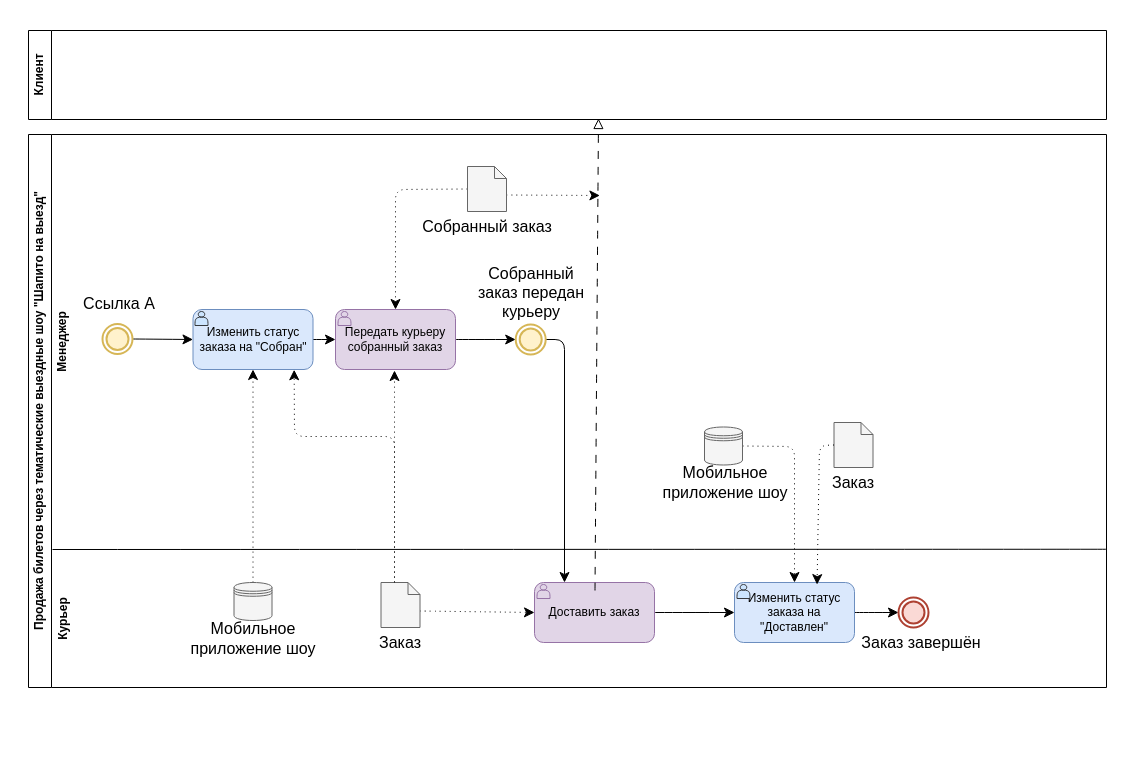
Above: page "Page-2" (2 of 3) of Pbd1.drawio in Helpmepleaseitishard/database-design-4-semester (draw.io), before the change. Source tidied: cells renumbered, new cells numbered last; positions are measured from the earlier drawing's top-left corner, leaving out a move shared by most shapes. Both pictures are drawn from the tidied source at 100%, with x=0, y=0 at pixel (-145, 30).
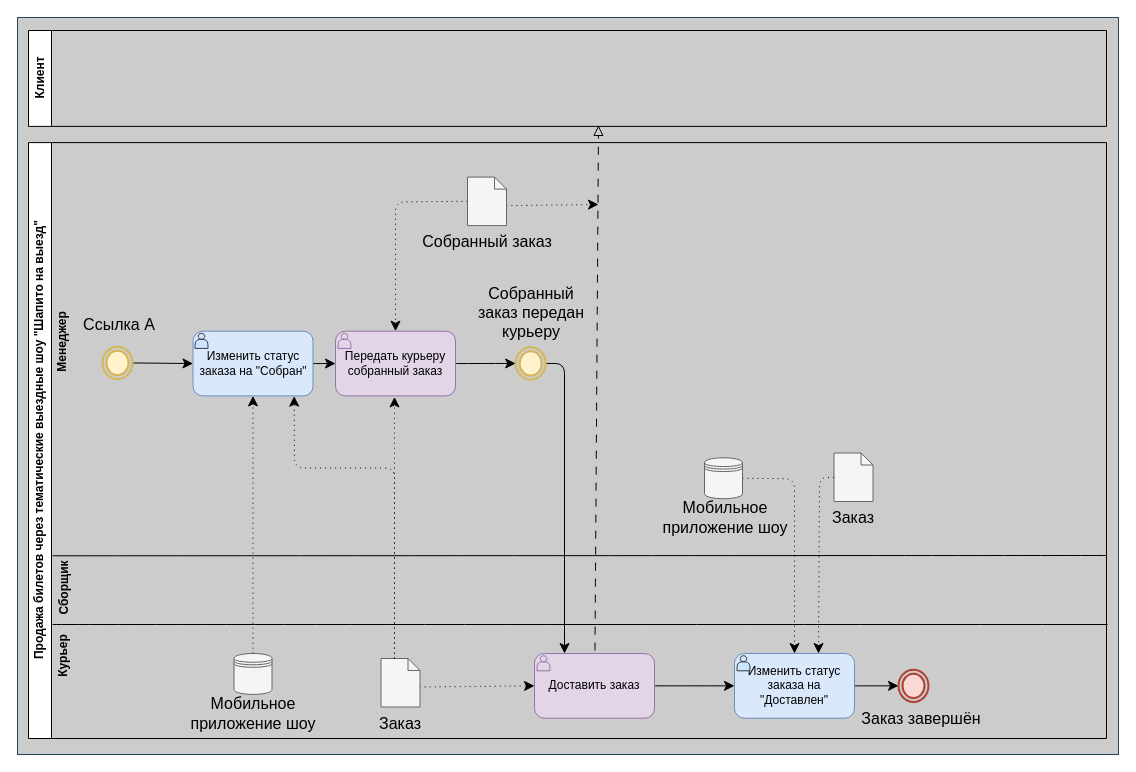
Above is the later version.

Change to the diagram source:
```diff
@@
+    <mxCell id="47" style="rounded=0;whiteSpace=wrap;html=1;fillColor=#CCCCCC;strokeColor=#23445d;" parent="1" vertex="1">
+      <mxGeometry x="162" y="-13" width="1101" height="737" as="geometry" />
+    </mxCell>
     <mxCell id="2" value="&lt;b&gt;Курьер&lt;/b&gt;" style="text;html=1;align=center;verticalAlign=middle;whiteSpace=wrap;rounded=0;rotation=-90;" parent="1" vertex="1">
-      <mxGeometry x="138" y="577" width="138" height="23" as="geometry" />
+      <mxGeometry x="175" y="614" width="64" height="23" as="geometry" />
     </mxCell>
@@
-    <mxCell id="4" style="group;" parent="1" vertex="1">
-      <mxGeometry x="173" width="1078" height="657" as="geometry" />
+    <mxCell id="4" style="group;labelBackgroundColor=#D5E8D4;" parent="1" vertex="1">
+      <mxGeometry x="173" width="1078" height="708" as="geometry" />
     </mxCell>
-    <mxCell id="5" value="Продажа билетов через тематические выездные шоу &quot;Шапито на выезд&quot;" style="swimlane;horizontal=0;whiteSpace=wrap;html=1;" parent="4" vertex="1">
-      <mxGeometry y="104" width="1078" height="553" as="geometry" />
+    <mxCell id="5" value="Продажа билетов через тематические выездные шоу &quot;Шапито на выезд&quot;" style="swimlane;horizontal=0;whiteSpace=wrap;html=1;labelBackgroundColor=default;" parent="4" vertex="1">
+      <mxGeometry y="112.1" width="1078" height="595.9" as="geometry" />
     </mxCell>
-    <mxCell id="6" style="endArrow=none;html=1;rounded=0;fontSize=12;startSize=8;endSize=8;curved=1;exitX=1;exitY=0.75;exitDx=0;exitDy=0;" parent="5" edge="1" source="5">
+    <mxCell id="6" style="endArrow=none;html=1;rounded=0;fontSize=12;startSize=8;endSize=8;curved=1;exitX=1;exitY=0.75;exitDx=0;exitDy=0;" parent="5" edge="1">
       <mxGeometry relative="1" as="geometry">
-        <mxPoint x="24" y="415" as="targetPoint" />
+        <mxPoint x="1078" y="412.9" as="sourcePoint" />
+        <mxPoint x="24" y="413.2" as="targetPoint" />
       </mxGeometry>
     </mxCell>
@@
     <mxCell id="8" value="Изменить статус заказа на &quot;Собран&quot;" style="rounded=1;whiteSpace=wrap;html=1;fillColor=#dae8fc;strokeColor=#6c8ebf;" parent="5" vertex="1">
-      <mxGeometry x="164.5" y="175" width="120" height="60" as="geometry" />
+      <mxGeometry x="164.5" y="188.6" width="120" height="64.7" as="geometry" />
     </mxCell>
@@
     <mxCell id="10" value="Передать курьеру собранный заказ" style="rounded=1;whiteSpace=wrap;html=1;fillColor=#e1d5e7;strokeColor=#9673a6;" parent="5" vertex="1">
-      <mxGeometry x="307" y="175" width="120" height="60" as="geometry" />
+      <mxGeometry x="307" y="188.6" width="120" height="64.7" as="geometry" />
     </mxCell>
     <mxCell id="11" style="shape=actor;whiteSpace=wrap;html=1;fillColor=#cce5ff;strokeColor=#36393d;" parent="5" vertex="1">
-      <mxGeometry x="166.5" y="177" width="13" height="14" as="geometry" />
+      <mxGeometry x="166.5" y="190.7" width="13" height="15.1" as="geometry" />
     </mxCell>
     <mxCell id="12" style="shape=actor;whiteSpace=wrap;html=1;fillColor=#e1d5e7;strokeColor=#9673a6;" parent="5" vertex="1">
-      <mxGeometry x="309.5" y="177" width="13" height="14" as="geometry" />
+      <mxGeometry x="309.5" y="190.7" width="13" height="15.1" as="geometry" />
     </mxCell>
@@
     <mxCell id="14" value="Доставить заказ" style="rounded=1;whiteSpace=wrap;html=1;fillColor=#e1d5e7;strokeColor=#9673a6;" parent="5" vertex="1">
-      <mxGeometry x="506" y="448" width="120" height="60" as="geometry" />
+      <mxGeometry x="506" y="510.9" width="120" height="64.7" as="geometry" />
     </mxCell>
     <mxCell id="15" style="shape=actor;whiteSpace=wrap;html=1;fillColor=#e1d5e7;strokeColor=#9673a6;" parent="5" vertex="1">
-      <mxGeometry x="508.5" y="450" width="13" height="14" as="geometry" />
+      <mxGeometry x="508.5" y="513.1" width="13" height="15.1" as="geometry" />
     </mxCell>
@@
     <mxCell id="17" value="Изменить статус заказа на &quot;Доставлен&quot;" style="rounded=1;whiteSpace=wrap;html=1;fillColor=#dae8fc;strokeColor=#6c8ebf;" parent="5" vertex="1">
-      <mxGeometry x="706" y="448" width="120" height="60" as="geometry" />
+      <mxGeometry x="706" y="510.9" width="120" height="64.7" as="geometry" />
     </mxCell>
     <mxCell id="18" style="shape=actor;whiteSpace=wrap;html=1;fillColor=#cce5ff;strokeColor=#36393d;" parent="5" vertex="1">
-      <mxGeometry x="708.5" y="450" width="13" height="14" as="geometry" />
+      <mxGeometry x="708.5" y="513.1" width="13" height="15.1" as="geometry" />
     </mxCell>
     <mxCell id="19" style="ellipse;html=1;shape=endState;fillColor=#fad9d5;strokeColor=#ae4132;strokeWidth=2;perimeterSpacing=0;labelBorderColor=none;labelBackgroundColor=none;fillStyle=auto;" parent="5" vertex="1">
-      <mxGeometry x="870" y="463" width="30" height="30" as="geometry" />
+      <mxGeometry x="870" y="527.1" width="30" height="32.3" as="geometry" />
     </mxCell>
@@
     <mxCell id="21" style="ellipse;html=1;shape=endState;fillColor=#fff2cc;strokeColor=#d6b656;strokeWidth=2;perimeterSpacing=0;labelBorderColor=none;labelBackgroundColor=none;fillStyle=auto;" parent="5" vertex="1">
-      <mxGeometry x="74" y="189.5" width="30" height="30" as="geometry" />
+      <mxGeometry x="74" y="204.2" width="30" height="32.3" as="geometry" />
     </mxCell>
     <mxCell id="22" style="edgeStyle=none;curved=1;rounded=0;jettySize=auto;html=1;exitX=0;exitY=0;exitDx=13.5;exitDy=0;exitPerimeter=0;fontSize=12;startSize=8;endSize=8;dashed=1;dashPattern=1 4;" parent="5" edge="1" source="24">
       <mxGeometry relative="1" as="geometry">
-        <mxPoint x="366" y="236" as="targetPoint" />
+        <mxPoint x="366" y="254.3" as="targetPoint" />
       </mxGeometry>
     </mxCell>
@@
     <mxCell id="24" style="shape=note;size=12;whiteSpace=wrap;html=1;fillColor=#f5f5f5;strokeColor=#666666;fontColor=#333333;" parent="5" vertex="1">
-      <mxGeometry x="352.5" y="448" width="39" height="45" as="geometry" />
+      <mxGeometry x="352.5" y="515.9" width="39" height="48.5" as="geometry" />
     </mxCell>
     <mxCell id="25" style="shape=note;size=12;whiteSpace=wrap;html=1;fillColor=#f5f5f5;strokeColor=#666666;fontColor=#333333;" parent="5" vertex="1">
-      <mxGeometry x="805.5" y="288" width="39" height="45" as="geometry" />
+      <mxGeometry x="805.5" y="310.4" width="39" height="48.5" as="geometry" />
     </mxCell>
     <mxCell id="26" style="edgeStyle=none;curved=1;rounded=0;jettySize=auto;html=1;exitX=0;exitY=0;exitDx=39;exitDy=28.5;exitPerimeter=0;fontSize=12;startSize=8;endSize=8;dashed=1;dashPattern=1 4;" parent="5" edge="1" source="28">
       <mxGeometry relative="1" as="geometry">
-        <mxPoint x="571.4" y="61" as="targetPoint" />
+        <mxPoint x="570" y="61.9" as="targetPoint" />
       </mxGeometry>
     </mxCell>
     <mxCell id="27" style="edgeStyle=none;curved=0;rounded=1;jettySize=auto;html=1;exitX=0;exitY=0.5;exitDx=0;exitDy=0;exitPerimeter=0;entryX=0.5;entryY=0;entryDx=0;entryDy=0;fontSize=12;startSize=8;endSize=8;dashed=1;dashPattern=1 4;" parent="5" edge="1" source="28" target="10">
       <mxGeometry relative="1" as="geometry">
         <Array as="points">
-          <mxPoint x="367" y="55" />
+          <mxPoint x="367" y="59.3" />
         </Array>
       </mxGeometry>
     </mxCell>
     <mxCell id="28" style="shape=note;size=12;whiteSpace=wrap;html=1;fillColor=#f5f5f5;strokeColor=#666666;fontColor=#333333;" parent="5" vertex="1">
-      <mxGeometry x="439" y="32" width="39" height="45" as="geometry" />
+      <mxGeometry x="439" y="34.5" width="39" height="48.5" as="geometry" />
     </mxCell>
@@
     <mxCell id="30" style="shape=datastore;whiteSpace=wrap;html=1;fillColor=#f5f5f5;fontColor=#333333;strokeColor=#666666;" parent="5" vertex="1">
-      <mxGeometry x="205.5" y="448" width="38" height="38" as="geometry" />
+      <mxGeometry x="205.5" y="510.9" width="38" height="40.9" as="geometry" />
     </mxCell>
     <mxCell id="31" style="edgeStyle=none;curved=0;rounded=1;jettySize=auto;html=1;exitX=1;exitY=0.5;exitDx=0;exitDy=0;entryX=0.5;entryY=0;entryDx=0;entryDy=0;fontSize=12;startSize=8;endSize=8;dashed=1;dashPattern=1 4;" parent="5" edge="1" source="32" target="17">
       <mxGeometry relative="1" as="geometry">
         <Array as="points">
-          <mxPoint x="766" y="312" />
+          <mxPoint x="766" y="336.2" />
         </Array>
       </mxGeometry>
     </mxCell>
     <mxCell id="32" style="shape=datastore;whiteSpace=wrap;html=1;fillColor=#f5f5f5;fontColor=#333333;strokeColor=#666666;" parent="5" vertex="1">
-      <mxGeometry x="676" y="292.5" width="38" height="38" as="geometry" />
+      <mxGeometry x="676" y="315.2" width="38" height="40.9" as="geometry" />
     </mxCell>
     <mxCell id="33" value="Заказ" style="text;strokeColor=none;fillColor=none;html=1;align=center;verticalAlign=middle;whiteSpace=wrap;rounded=0;fontSize=16;" parent="5" vertex="1">
-      <mxGeometry x="795" y="333" width="60" height="30" as="geometry" />
+      <mxGeometry x="795" y="358.8" width="60" height="32.3" as="geometry" />
     </mxCell>
     <mxCell id="34" value="Собранный заказ" style="text;strokeColor=none;fillColor=none;html=1;align=center;verticalAlign=middle;whiteSpace=wrap;rounded=0;fontSize=16;" parent="5" vertex="1">
-      <mxGeometry x="391.5" y="77" width="134" height="30" as="geometry" />
+      <mxGeometry x="391.5" y="83" width="134" height="32.3" as="geometry" />
     </mxCell>
     <mxCell id="35" value="Мобильное приложение шоу" style="text;strokeColor=none;fillColor=none;html=1;align=center;verticalAlign=middle;whiteSpace=wrap;rounded=0;fontSize=16;" parent="5" vertex="1">
-      <mxGeometry x="630" y="333" width="134" height="30" as="geometry" />
+      <mxGeometry x="630" y="358.8" width="134" height="32.3" as="geometry" />
     </mxCell>
     <mxCell id="36" value="Мобильное приложение шоу" style="text;strokeColor=none;fillColor=none;html=1;align=center;verticalAlign=middle;whiteSpace=wrap;rounded=0;fontSize=16;" parent="5" vertex="1">
-      <mxGeometry x="157.5" y="489" width="134" height="30" as="geometry" />
+      <mxGeometry x="157.5" y="555.1" width="134" height="32.3" as="geometry" />
     </mxCell>
     <mxCell id="37" value="Заказ" style="text;strokeColor=none;fillColor=none;html=1;align=center;verticalAlign=middle;whiteSpace=wrap;rounded=0;fontSize=16;" parent="5" vertex="1">
-      <mxGeometry x="342" y="493" width="60" height="30" as="geometry" />
+      <mxGeometry x="342" y="564.4" width="60" height="32.3" as="geometry" />
     </mxCell>
     <mxCell id="38" value="Заказ завершён" style="text;strokeColor=none;fillColor=none;html=1;align=center;verticalAlign=middle;whiteSpace=wrap;rounded=0;fontSize=16;" parent="5" vertex="1">
-      <mxGeometry x="826" y="493" width="134" height="30" as="geometry" />
+      <mxGeometry x="826" y="559.4" width="134" height="32.3" as="geometry" />
     </mxCell>
     <mxCell id="39" value="Ссылка А" style="text;strokeColor=none;fillColor=none;html=1;align=center;verticalAlign=middle;whiteSpace=wrap;rounded=0;fontSize=16;" parent="5" vertex="1">
-      <mxGeometry x="51" y="154" width="80" height="30" as="geometry" />
+      <mxGeometry x="51" y="166" width="80" height="32.3" as="geometry" />
     </mxCell>
-    <mxCell id="40" style="edgeStyle=none;curved=1;rounded=0;orthogonalLoop=1;jettySize=auto;html=1;exitX=0.25;exitY=0;exitDx=0;exitDy=0;fontSize=12;startSize=8;endSize=8;endArrow=block;endFill=0;dashed=1;dashPattern=8 8;" parent="5" edge="1">
+    <mxCell id="40" style="edgeStyle=none;curved=1;rounded=0;jettySize=auto;html=1;exitX=0.504;exitY=-0.046;exitDx=0;exitDy=0;fontSize=12;startSize=8;endSize=8;endArrow=block;endFill=0;dashed=1;dashPattern=8 8;exitPerimeter=0;" parent="5" edge="1" source="14">
       <mxGeometry relative="1" as="geometry">
-        <mxPoint x="566.5" y="456" as="sourcePoint" />
-        <mxPoint x="570" y="-16" as="targetPoint" />
+        <mxPoint x="570" y="-17.2" as="targetPoint" />
       </mxGeometry>
     </mxCell>
-    <mxCell id="41" style="edgeStyle=none;curved=0;rounded=1;jettySize=auto;html=1;exitX=0;exitY=0.5;exitDx=0;exitDy=0;exitPerimeter=0;entryX=0.688;entryY=0.035;entryDx=0;entryDy=0;entryPerimeter=0;fontSize=12;startSize=8;endSize=8;dashed=1;dashPattern=1 4;" parent="5" edge="1" source="25" target="17">
+    <mxCell id="41" style="edgeStyle=none;curved=0;rounded=1;jettySize=auto;html=1;exitX=0;exitY=0.5;exitDx=0;exitDy=0;exitPerimeter=0;fontSize=12;startSize=8;endSize=8;dashed=1;dashPattern=1 4;entryX=0.7;entryY=0;entryDx=0;entryDy=0;entryPerimeter=0;" parent="5" edge="1" source="25" target="17">
       <mxGeometry relative="1" as="geometry">
         <Array as="points">
-          <mxPoint x="791" y="311" />
+          <mxPoint x="791" y="335.1" />
         </Array>
       </mxGeometry>
     </mxCell>
     <mxCell id="42" style="edgeStyle=none;curved=0;rounded=1;jettySize=auto;html=1;exitX=1;exitY=0.5;exitDx=0;exitDy=0;entryX=0.25;entryY=0;entryDx=0;entryDy=0;fontSize=12;startSize=8;endSize=8;" parent="5" edge="1" source="43" target="14">
       <mxGeometry relative="1" as="geometry">
         <Array as="points">
-          <mxPoint x="536" y="205" />
+          <mxPoint x="536" y="220.9" />
         </Array>
       </mxGeometry>
     </mxCell>
     <mxCell id="43" style="ellipse;html=1;shape=endState;fillColor=#fff2cc;strokeColor=#d6b656;strokeWidth=2;perimeterSpacing=0;labelBorderColor=none;labelBackgroundColor=none;fillStyle=auto;" parent="5" vertex="1">
-      <mxGeometry x="487.2" y="190" width="30" height="30" as="geometry" />
+      <mxGeometry x="487.2" y="204.7" width="30" height="32.3" as="geometry" />
     </mxCell>
     <mxCell id="44" value="Собранный заказ передан курьеру" style="text;strokeColor=none;fillColor=none;html=1;align=center;verticalAlign=middle;whiteSpace=wrap;rounded=0;fontSize=16;" parent="5" vertex="1">
-      <mxGeometry x="445.5" y="143" width="113.5" height="30" as="geometry" />
+      <mxGeometry x="445.5" y="154.1" width="113.5" height="32.3" as="geometry" />
     </mxCell>
     <mxCell id="45" style="edgeStyle=none;curved=0;rounded=1;jettySize=auto;html=1;exitX=0;exitY=0;exitDx=13.5;exitDy=0;exitPerimeter=0;entryX=0.843;entryY=1.004;entryDx=0;entryDy=0;entryPerimeter=0;fontSize=12;startSize=8;endSize=8;dashed=1;dashPattern=1 4;" parent="5" edge="1" source="24" target="8">
       <mxGeometry relative="1" as="geometry">
         <Array as="points">
-          <mxPoint x="366" y="302" />
-          <mxPoint x="266" y="302" />
+          <mxPoint x="366" y="325.4" />
+          <mxPoint x="266" y="325.4" />
         </Array>
       </mxGeometry>
     </mxCell>
-    <mxCell id="46" value="Клиент" style="swimlane;horizontal=0;whiteSpace=wrap;html=1;" parent="4" vertex="1">
-      <mxGeometry width="1078" height="89" as="geometry" />
+    <mxCell id="46" value="Клиент" style="swimlane;horizontal=0;whiteSpace=wrap;html=1;labelBackgroundColor=default;" parent="4" vertex="1">
+      <mxGeometry width="1078" height="95.9" as="geometry" />
     </mxCell>
+    <mxCell id="48" value="&lt;b&gt;Сборщик&lt;/b&gt;" style="text;html=1;align=center;verticalAlign=middle;whiteSpace=wrap;rounded=0;rotation=-90;" parent="1" vertex="1">
+      <mxGeometry x="171" y="546" width="75" height="23" as="geometry" />
+    </mxCell>
+    <mxCell id="49" style="endArrow=none;html=1;rounded=0;fontSize=12;startSize=8;endSize=8;curved=1;" parent="1" edge="1">
+      <mxGeometry relative="1" as="geometry">
+        <mxPoint x="197" y="594" as="sourcePoint" />
+        <mxPoint x="1252" y="594" as="targetPoint" />
+      </mxGeometry>
+    </mxCell>
```
